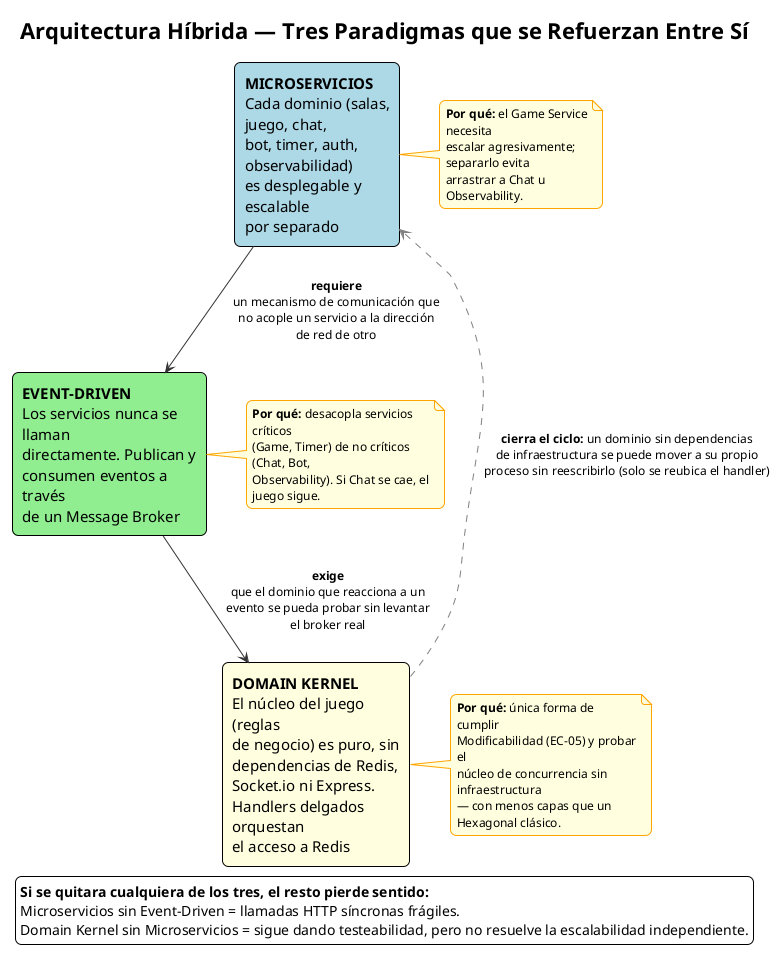
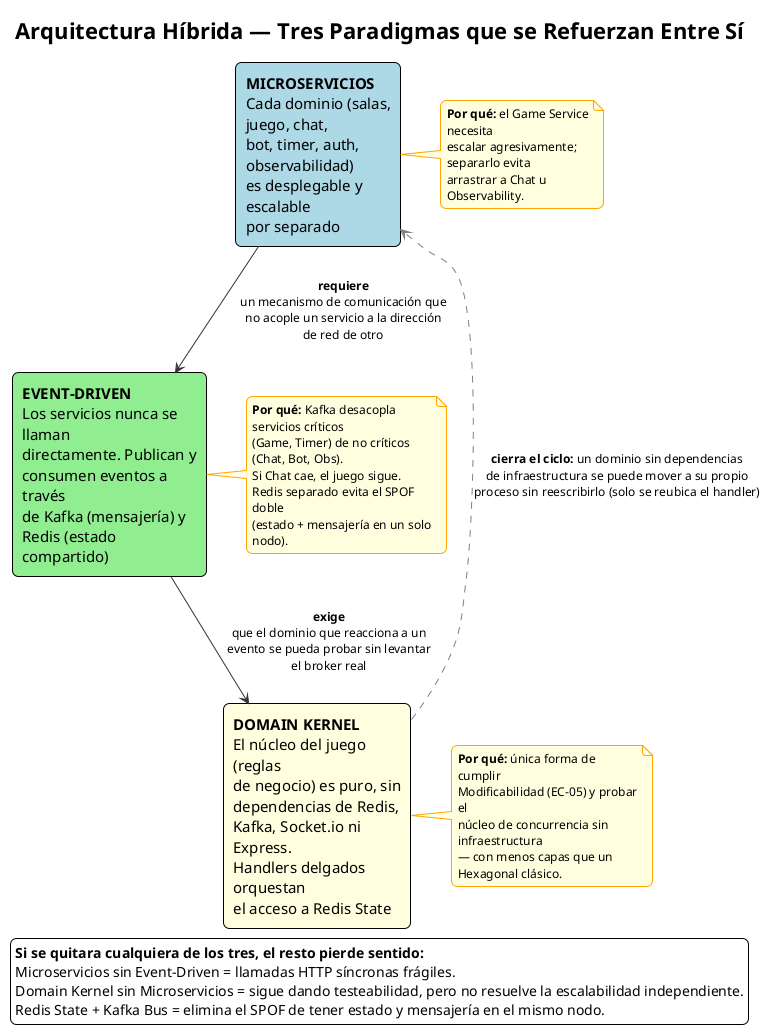
@startuml 01-arquitectura-tres-paradigmas

title Arquitectura Híbrida — Tres Paradigmas que se Refuerzan Entre Sí

!theme plain
skinparam defaultFontName Consolas
skinparam wrapWidth 180
skinparam nodesep 40
skinparam ranksep 60
skinparam shadowing false
skinparam roundCorner 12
skinparam rectangle {
  BackgroundColor White
  BorderColor Black
  FontSize 15
}
skinparam note {
  BackgroundColor LightYellow
  BorderColor Orange
  FontSize 12
}
skinparam ArrowColor #333333
skinparam ArrowFontSize 12

' --- Declaración de las 3 capas (de arriba hacia abajo) ---
rectangle "**MICROSERVICIOS**\nCada dominio (salas, juego, chat,\nbot, timer, auth, observabilidad)\nes desplegable y escalable\npor separado" as Micro #LightBlue

- rectangle "**EVENT-DRIVEN**\nLos servicios nunca se llaman\ndirectamente. Publican y\nconsumen eventos a través\nde un Message Broker" as Event #LightGreen
+ rectangle "**EVENT-DRIVEN**\nLos servicios nunca se llaman\ndirectamente. Publican y\nconsumen eventos a través\nde Kafka (mensajería) y\nRedis (estado compartido)" as Event #LightGreen

- rectangle "**DOMAIN KERNEL**\nEl núcleo del juego (reglas\nde negocio) es puro, sin\ndependencias de Redis,\nSocket.io ni Express.\nHandlers delgados orquestan\nel acceso a Redis" as Kernel #LightYellow
+ rectangle "**DOMAIN KERNEL**\nEl núcleo del juego (reglas\nde negocio) es puro, sin\ndependencias de Redis,\nKafka, Socket.io ni Express.\nHandlers delgados orquestan\nel acceso a Redis State" as Kernel #LightYellow

- ' --- Por qué cada capa, a su lado, sin estorbar las flechas verticales ---
+ ' --- Por qué cada capa ---
note right of Micro
  **Por qué:** el Game Service necesita
  escalar agresivamente; separarlo evita
  arrastrar a Chat u Observability.
end note

note right of Event
-   **Por qué:** desacopla servicios críticos
-   (Game, Timer) de no críticos (Chat, Bot,
-   Observability). Si Chat se cae, el juego sigue.
+   **Por qué:** Kafka desacopla servicios críticos
+   (Game, Timer) de no críticos (Chat, Bot, Obs).
+   Si Chat cae, el juego sigue.
+   Redis separado evita el SPOF doble
+   (estado + mensajería en un solo nodo).
end note

note right of Kernel
  **Por qué:** única forma de cumplir
  Modificabilidad (EC-05) y probar el
  núcleo de concurrencia sin infraestructura
  — con menos capas que un Hexagonal clásico.
end note

- ' --- Relación entre capas (de arriba hacia abajo, y el cierre del ciclo) ---
+ ' --- Relación entre capas ---
Micro -down-> Event : **requiere**\nun mecanismo de comunicación que\nno acople un servicio a la dirección\nde red de otro
Event -down-> Kernel : **exige**\nque el dominio que reacciona a un\nevento se pueda probar sin levantar\nel broker real
Kernel .[#gray,dashed].> Micro : **cierra el ciclo:** un dominio sin dependencias\nde infraestructura se puede mover a su propio\nproceso sin reescribirlo (solo se reubica el handler)

legend bottom center
  <b>Si se quitara cualquiera de los tres, el resto pierde sentido:</b>
  Microservicios sin Event-Driven = llamadas HTTP síncronas frágiles.
  Domain Kernel sin Microservicios = sigue dando testeabilidad, pero no resuelve la escalabilidad independiente.
+   Redis State + Kafka Bus = elimina el SPOF de tener estado y mensajería en el mismo nodo.
end legend

@enduml
